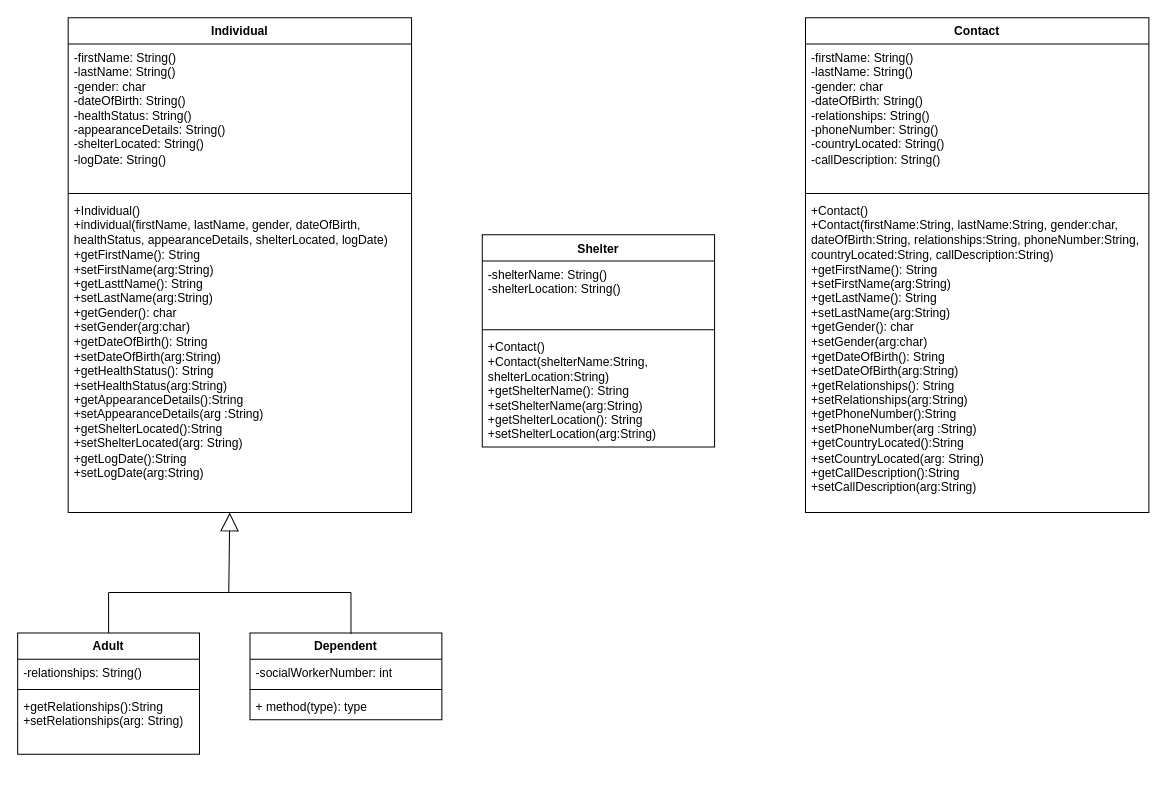
This is disaster_recover_UML_25.drawio from ENSF-380-Group-25/Project-1, a draw.io file, before an edit. Source tidied: cells renumbered, new cells numbered last; positions are measured from the earlier drawing's top-left corner, leaving out a move shared by most shapes. Both pictures are drawn from the tidied source at 101%, with x=0, y=0 at pixel (17, 17).
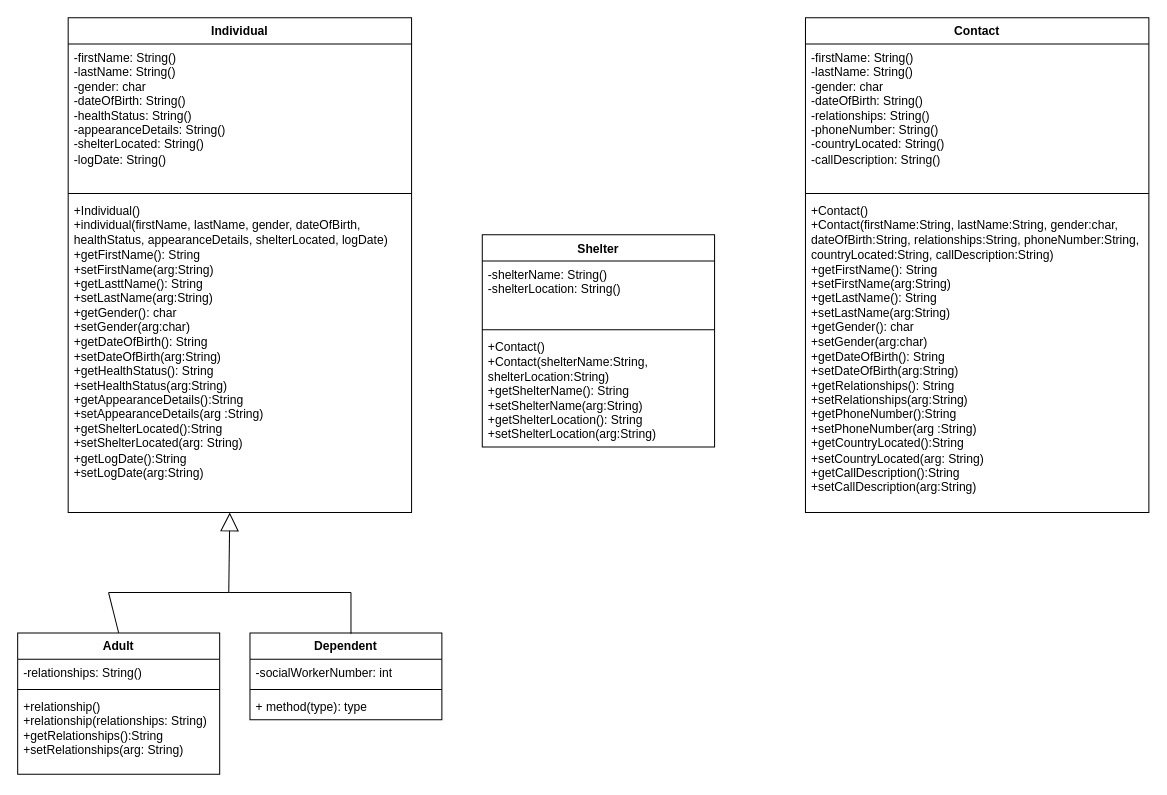
The same diagram, later.

Commit message:
relationship constructor

What changed in the source:
```diff
@@
     <mxCell id="7" value="Adult" style="swimlane;fontStyle=1;align=center;verticalAlign=top;horizontal=1;startSize=26;whiteSpace=wrap;html=1;" parent="1" vertex="1">
-      <mxGeometry y="609.2" width="180" height="120" as="geometry" />
+      <mxGeometry y="609.2" width="200" height="140" as="geometry" />
     </mxCell>
     <mxCell id="8" value="-relationships: String()" style="text;strokeColor=none;fillColor=none;align=left;verticalAlign=top;spacingLeft=4;spacingRight=4;overflow=hidden;whiteSpace=wrap;html=1;" parent="7" vertex="1">
-      <mxGeometry y="26" width="180" height="26" as="geometry" />
+      <mxGeometry y="26" width="200" height="26" as="geometry" />
     </mxCell>
     <mxCell id="9" style="line;strokeWidth=1;fillColor=none;align=left;verticalAlign=middle;spacingTop=-1;spacingLeft=3;spacingRight=3;labelPosition=right;strokeColor=inherit;" parent="7" vertex="1">
-      <mxGeometry y="52" width="180" height="8" as="geometry" />
+      <mxGeometry y="52" width="200" height="8" as="geometry" />
     </mxCell>
-    <mxCell id="10" value="+getRelationships():String&lt;div&gt;+setRelationships(arg: String)&lt;/div&gt;" style="text;strokeColor=none;fillColor=none;align=left;verticalAlign=top;spacingLeft=4;spacingRight=4;overflow=hidden;whiteSpace=wrap;html=1;" parent="7" vertex="1">
-      <mxGeometry y="60" width="180" height="60" as="geometry" />
+    <mxCell id="10" value="+relationship()&lt;div&gt;+relationship(relationships: String&lt;span style=&quot;background-color: transparent; color: light-dark(rgb(0, 0, 0), rgb(255, 255, 255));&quot;&gt;)&lt;/span&gt;&lt;/div&gt;&lt;div&gt;&lt;div&gt;+getRelationships():String&lt;div&gt;+setRelationships(arg: String)&lt;/div&gt;&lt;/div&gt;&lt;/div&gt;" style="text;strokeColor=none;fillColor=none;align=left;verticalAlign=top;spacingLeft=4;spacingRight=4;overflow=hidden;whiteSpace=wrap;html=1;" parent="7" vertex="1">
+      <mxGeometry y="60" width="200" height="80" as="geometry" />
     </mxCell>
```
